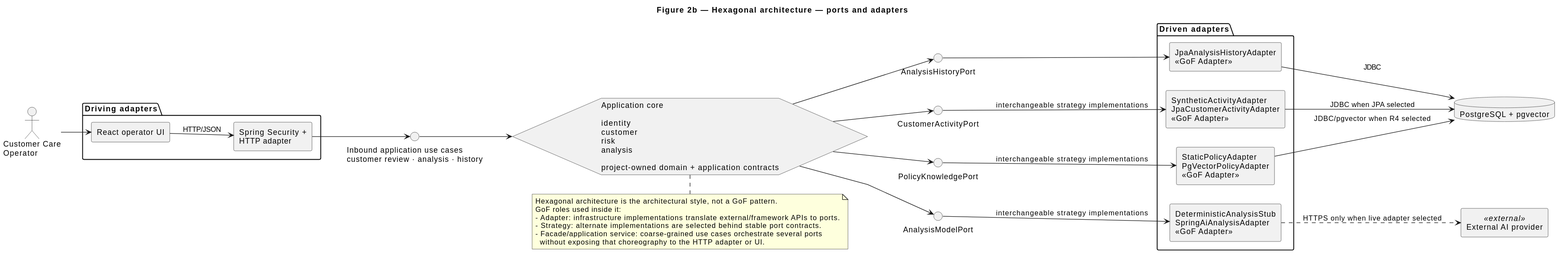
Above: docs/assignment/SDD/diagrams/hexagonal-architecture.svg in jdoe-dev-159753/specgraph-reference-app (PlantUML), before the change. The source it was exported from:
```plantuml
@startuml
title Figure 2b — Hexagonal architecture — ports and adapters
left to right direction
skinparam linetype polyline
skinparam componentStyle rectangle
skinparam nodesep 35
skinparam ranksep 45

actor "Customer Care\nOperator" as Operator

package "Driving adapters" {
  component "React operator UI" as UI
  component "Spring Security +\nHTTP adapter" as Http
}

interface "Inbound application use cases\ncustomer review · analysis · history" as Inbound
interface "CustomerActivityPort" as ActivityPort
interface "PolicyKnowledgePort" as PolicyPort
interface "AnalysisModelPort" as ModelPort
interface "AnalysisHistoryPort" as HistoryPort

hexagon "Application core\n\nidentity\ncustomer\nrisk\nanalysis\n\nproject-owned domain + application contracts" as Core

package "Driven adapters" {
  component "SyntheticActivityAdapter\nJpaCustomerActivityAdapter\n<<GoF Adapter>>" as ActivityAdapters
  component "StaticPolicyAdapter\nPgVectorPolicyAdapter\n<<GoF Adapter>>" as PolicyAdapters
  component "DeterministicAnalysisStub\nSpringAiAnalysisAdapter\n<<GoF Adapter>>" as ModelAdapters
  component "JpaAnalysisHistoryAdapter\n<<GoF Adapter>>" as HistoryAdapter
}

database "PostgreSQL + pgvector" as DB
component "External AI provider" as Provider <<external>>

Operator --> UI
UI --> Http : HTTP/JSON
Http --> Inbound
Inbound --> Core

Core --> ActivityPort
Core --> PolicyPort
Core --> ModelPort
Core --> HistoryPort

ActivityPort --> ActivityAdapters : interchangeable strategy implementations
PolicyPort --> PolicyAdapters : interchangeable strategy implementations
ModelPort --> ModelAdapters : interchangeable strategy implementations
HistoryPort --> HistoryAdapter

ActivityAdapters --> DB : JDBC when JPA selected
PolicyAdapters --> DB : JDBC/pgvector when R4 selected
HistoryAdapter --> DB : JDBC
ModelAdapters ..> Provider : HTTPS only when live adapter selected

note bottom of Core
  Hexagonal architecture is the architectural style, not a GoF pattern.
  GoF roles used inside it:
  - Adapter: infrastructure implementations translate external/framework APIs to ports.
  - Strategy: alternate implementations are selected behind stable port contracts.
  - Facade/application service: coarse-grained use cases orchestrate several ports
    without exposing that choreography to the HTTP adapter or UI.
end note
@enduml
```
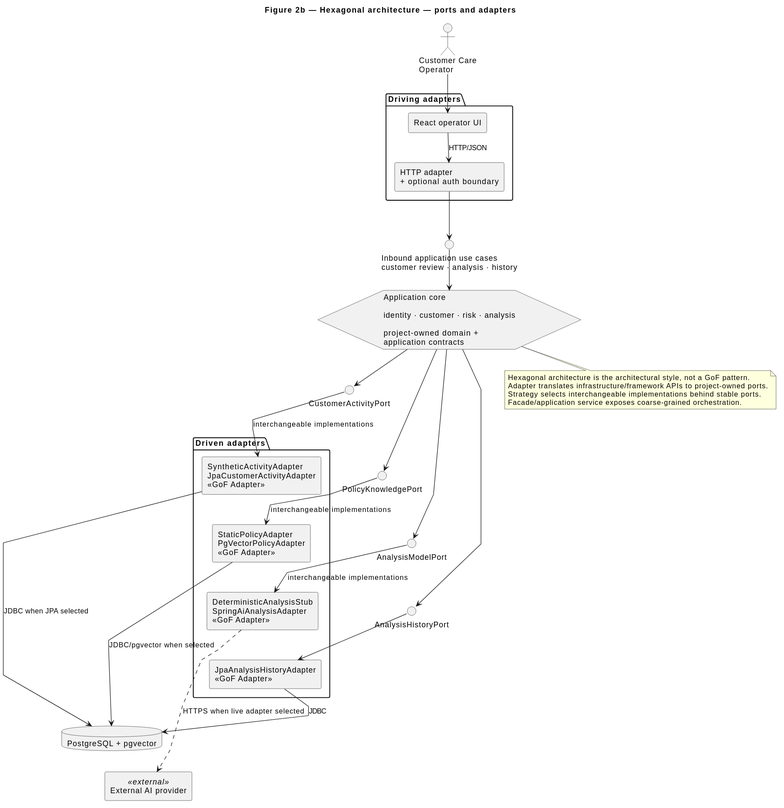
The same diagram one commit later.

Change to the diagram source:
```diff
@@ -1,35 +1,45 @@
 @startuml
 title Figure 2b — Hexagonal architecture — ports and adapters
-left to right direction
+top to bottom direction
 skinparam linetype polyline
 skinparam componentStyle rectangle
-skinparam nodesep 35
-skinparam ranksep 45
+skinparam nodesep 28
+skinparam ranksep 38
 
 actor "Customer Care\nOperator" as Operator
 
 package "Driving adapters" {
   component "React operator UI" as UI
-  component "Spring Security +\nHTTP adapter" as Http
+  component "HTTP adapter\n+ optional auth boundary" as Http
+  UI -[hidden]down-> Http
 }
 
 interface "Inbound application use cases\ncustomer review · analysis · history" as Inbound
+hexagon "Application core\n\nidentity · customer · risk · analysis\n\nproject-owned domain +\napplication contracts" as Core
+
 interface "CustomerActivityPort" as ActivityPort
 interface "PolicyKnowledgePort" as PolicyPort
 interface "AnalysisModelPort" as ModelPort
 interface "AnalysisHistoryPort" as HistoryPort
 
-hexagon "Application core\n\nidentity\ncustomer\nrisk\nanalysis\n\nproject-owned domain + application contracts" as Core
+ActivityPort -[hidden]down-> PolicyPort
+PolicyPort -[hidden]down-> ModelPort
+ModelPort -[hidden]down-> HistoryPort
 
 package "Driven adapters" {
   component "SyntheticActivityAdapter\nJpaCustomerActivityAdapter\n<<GoF Adapter>>" as ActivityAdapters
   component "StaticPolicyAdapter\nPgVectorPolicyAdapter\n<<GoF Adapter>>" as PolicyAdapters
   component "DeterministicAnalysisStub\nSpringAiAnalysisAdapter\n<<GoF Adapter>>" as ModelAdapters
   component "JpaAnalysisHistoryAdapter\n<<GoF Adapter>>" as HistoryAdapter
+
+  ActivityAdapters -[hidden]down-> PolicyAdapters
+  PolicyAdapters -[hidden]down-> ModelAdapters
+  ModelAdapters -[hidden]down-> HistoryAdapter
 }
 
 database "PostgreSQL + pgvector" as DB
 component "External AI provider" as Provider <<external>>
+DB -[hidden]down-> Provider
 
 Operator --> UI
 UI --> Http : HTTP/JSON
@@ -41,22 +51,20 @@
 Core --> ModelPort
 Core --> HistoryPort
 
-ActivityPort --> ActivityAdapters : interchangeable strategy implementations
-PolicyPort --> PolicyAdapters : interchangeable strategy implementations
-ModelPort --> ModelAdapters : interchangeable strategy implementations
+ActivityPort --> ActivityAdapters : interchangeable implementations
+PolicyPort --> PolicyAdapters : interchangeable implementations
+ModelPort --> ModelAdapters : interchangeable implementations
 HistoryPort --> HistoryAdapter
 
 ActivityAdapters --> DB : JDBC when JPA selected
-PolicyAdapters --> DB : JDBC/pgvector when R4 selected
+PolicyAdapters --> DB : JDBC/pgvector when selected
 HistoryAdapter --> DB : JDBC
-ModelAdapters ..> Provider : HTTPS only when live adapter selected
+ModelAdapters ..> Provider : HTTPS when live adapter selected
 
 note bottom of Core
   Hexagonal architecture is the architectural style, not a GoF pattern.
-  GoF roles used inside it:
-  - Adapter: infrastructure implementations translate external/framework APIs to ports.
-  - Strategy: alternate implementations are selected behind stable port contracts.
-  - Facade/application service: coarse-grained use cases orchestrate several ports
-    without exposing that choreography to the HTTP adapter or UI.
+  Adapter translates infrastructure/framework APIs to project-owned ports.
+  Strategy selects interchangeable implementations behind stable ports.
+  Facade/application service exposes coarse-grained orchestration.
 end note
 @enduml
```
